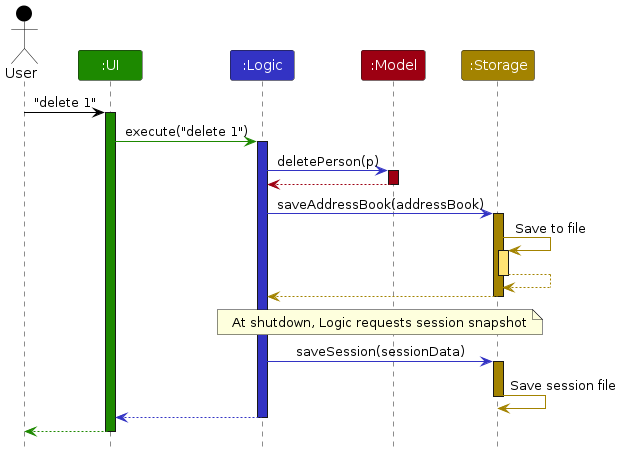
AY2526S1-CS2103T-T13-2/tp keeps this PlantUML diagram as diagrams/ArchitectureSequenceDiagram.png. Above is the earlier version. Its source is kept beside it as diagrams/ArchitectureSequenceDiagram.puml.
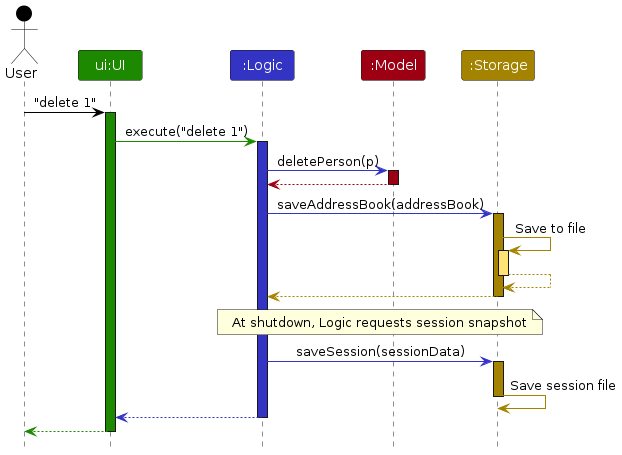
The same diagram one commit later.

Change to the diagram source:
```diff
@@ -3,7 +3,7 @@
 skinparam ArrowFontStyle plain
 
 Actor User as user USER_COLOR
-Participant ":UI" as ui UI_COLOR
+Participant "ui:UI" as ui UI_COLOR
 Participant ":Logic" as logic LOGIC_COLOR
 Participant ":Model" as model MODEL_COLOR
 Participant ":Storage" as storage STORAGE_COLOR
```
